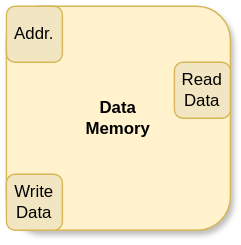
The draw.io diagram PathwaysInsideProcessor/PathwaysInsideProcessor/Assets/DM.svg in karthik122004/Pathways, before a commit. Source tidied: cells renumbered, new cells last; positions are measured from the earlier drawing's top-left corner, leaving out a move shared by most shapes.
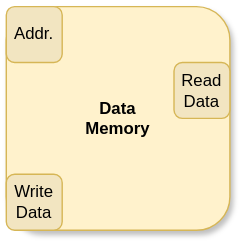
Later version of the same file.

Diff of the diagram source:
```diff
@@ -2,19 +2,19 @@
   <root>
     <mxCell id="0" />
     <mxCell id="1" parent="0" />
-    <mxCell id="2" style="group;" parent="1" vertex="1">
-      <mxGeometry width="160" height="160" as="geometry" />
-    </mxCell>
+    <mxCell id="7" style="group;" parent="1" vertex="1">
+      <mxGeometry x="-550" y="110" width="160" height="160" as="geometry" />
+    </mxCell>
-    <mxCell id="3" value="&lt;b&gt;Data&lt;/b&gt;&lt;div&gt;&lt;b&gt;Memory&lt;/b&gt;&lt;/div&gt;" style="rounded=1;whiteSpace=wrap;html=1;shadow=1;fillColor=#fff2cc;strokeColor=#d6b656;" parent="2" vertex="1">
+    <mxCell id="3" value="&lt;b&gt;Data&lt;/b&gt;&lt;div&gt;&lt;b&gt;Memory&lt;/b&gt;&lt;/div&gt;" style="rounded=1;whiteSpace=wrap;html=1;shadow=1;fillColor=#fff2cc;strokeColor=#d6b656;" parent="7" vertex="1">
       <mxGeometry width="160" height="160" as="geometry" />
     </mxCell>
-    <mxCell id="4" value="Addr." style="rounded=1;whiteSpace=wrap;html=1;perimeterSpacing=1;fillColor=#F2E5C1;strokeColor=#d6b656;" parent="2" vertex="1">
+    <mxCell id="4" value="Addr." style="rounded=1;whiteSpace=wrap;html=1;perimeterSpacing=1;fillColor=#F2E5C1;strokeColor=#d6b656;" parent="7" vertex="1">
       <mxGeometry width="40" height="40" as="geometry" />
     </mxCell>
-    <mxCell id="5" value="Read Data" style="rounded=1;whiteSpace=wrap;html=1;perimeterSpacing=1;fillColor=#F2E5C1;strokeColor=#d6b656;" parent="2" vertex="1">
+    <mxCell id="5" value="Read Data" style="rounded=1;whiteSpace=wrap;html=1;perimeterSpacing=1;fillColor=#F2E5C1;strokeColor=#d6b656;" parent="7" vertex="1">
       <mxGeometry x="120" y="40" width="40" height="40" as="geometry" />
     </mxCell>
-    <mxCell id="6" value="Write Data" style="rounded=1;whiteSpace=wrap;html=1;fillColor=#F2E5C1;strokeColor=#d6b656;" parent="2" vertex="1">
+    <mxCell id="6" value="Write Data" style="rounded=1;whiteSpace=wrap;html=1;fillColor=#F2E5C1;strokeColor=#d6b656;" parent="7" vertex="1">
       <mxGeometry y="120" width="40" height="40" as="geometry" />
     </mxCell>
   </root>
```
